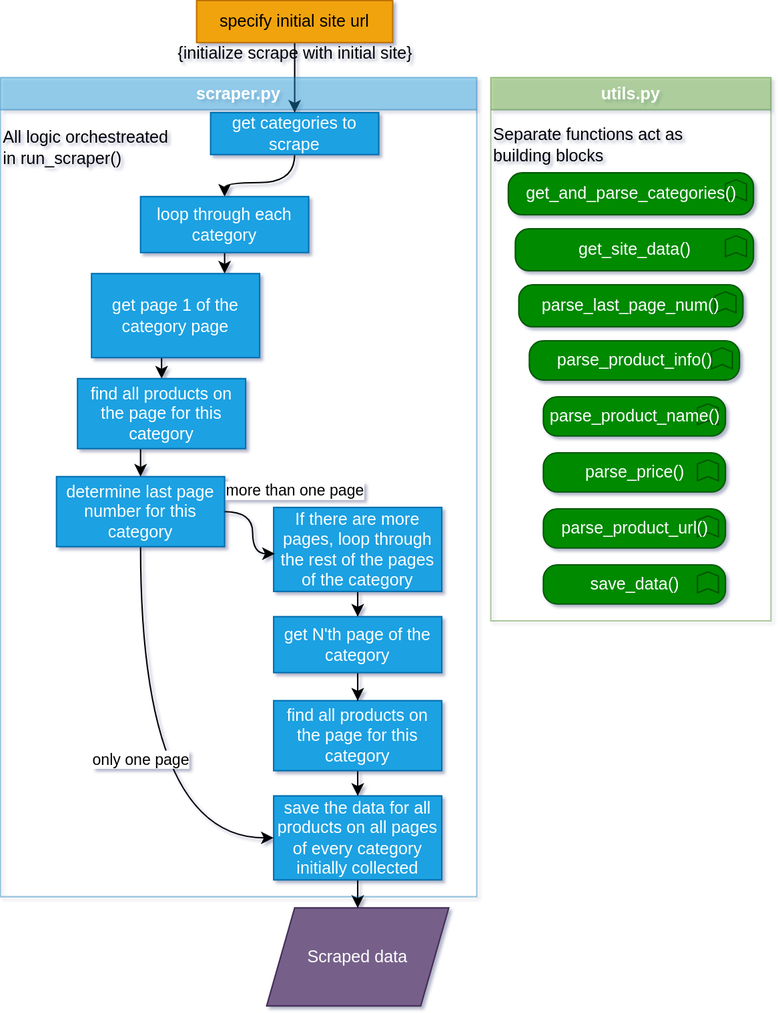
Earlier version of the draw.io export docs/images/mapping-the-process-RAPified.svg (ESCAP-SD/ESCAP_RAP_class). Source tidied: cells renumbered, new cells last; positions are measured from the earlier drawing's top-left corner, leaving out a move shared by most shapes.
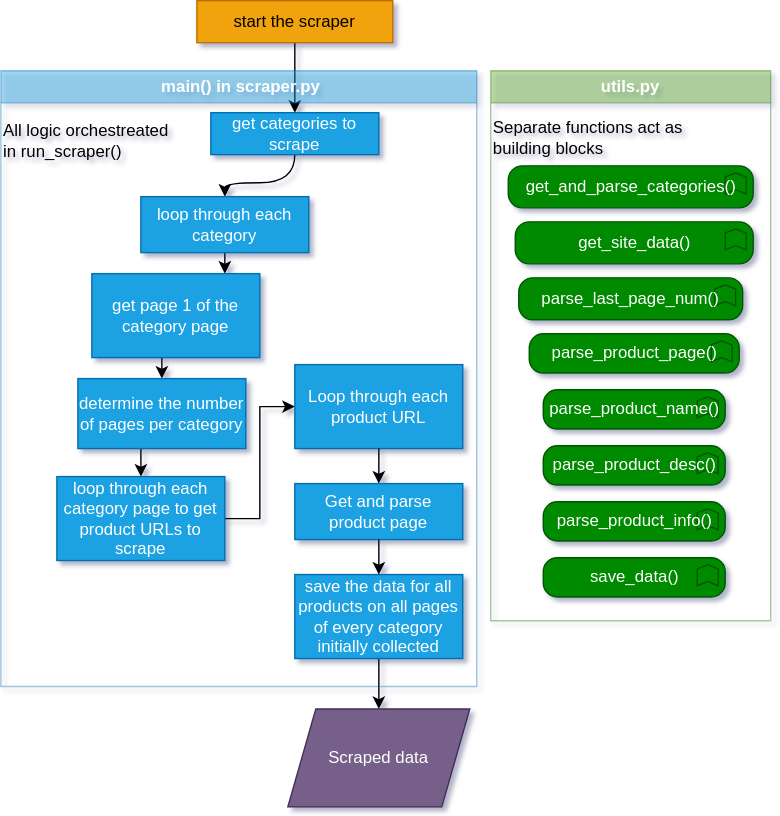
After the commit.

What changed in the source:
```diff
@@ -35,52 +35,24 @@
     <mxCell id="7" value="get page 1 of the category page" style="rounded=0;whiteSpace=wrap;html=1;fillColor=#1ba1e2;fontColor=#ffffff;strokeColor=#006EAF;" parent="1" vertex="1">
       <mxGeometry x="65" y="195" width="120" height="60" as="geometry" />
     </mxCell>
-    <mxCell id="8" style="edgeStyle=orthogonalEdgeStyle;rounded=0;jettySize=auto;html=1;entryX=0.5;entryY=0;entryDx=0;entryDy=0;" parent="1" edge="1" source="9" target="11">
-      <mxGeometry relative="1" as="geometry" />
-    </mxCell>
-    <mxCell id="9" value="find all products on the page for this category" style="rounded=0;whiteSpace=wrap;html=1;fillColor=#1ba1e2;fontColor=#ffffff;strokeColor=#006EAF;" parent="1" vertex="1">
-      <mxGeometry x="195" y="500" width="120" height="50" as="geometry" />
-    </mxCell>
     <mxCell id="10" style="edgeStyle=orthogonalEdgeStyle;rounded=0;jettySize=auto;html=1;" parent="1" edge="1" source="11" target="15">
       <mxGeometry relative="1" as="geometry" />
     </mxCell>
-    <mxCell id="11" value="save the data for all products on all pages of every category initially collected" style="rounded=0;whiteSpace=wrap;html=1;fillColor=#1ba1e2;fontColor=#ffffff;strokeColor=#006EAF;" parent="1" vertex="1">
-      <mxGeometry x="195" y="568" width="120" height="60" as="geometry" />
-    </mxCell>
     <mxCell id="12" style="edgeStyle=orthogonalEdgeStyle;rounded=0;jettySize=auto;html=1;entryX=0.5;entryY=0;entryDx=0;entryDy=0;curved=1;" parent="1" edge="1" source="13" target="3">
       <mxGeometry relative="1" as="geometry" />
     </mxCell>
-    <mxCell id="13" value="specify initial site url" style="html=1;align=center;verticalAlign=middle;rounded=0;absoluteArcSize=1;arcSize=10;dashed=0;whiteSpace=wrap;fillColor=#f0a30a;fontColor=#000000;strokeColor=#BD7000;" parent="1" vertex="1">
+    <mxCell id="13" value="start the scraper" style="html=1;align=center;verticalAlign=middle;rounded=0;absoluteArcSize=1;arcSize=10;dashed=0;whiteSpace=wrap;fillColor=#f0a30a;fontColor=#000000;strokeColor=#BD7000;" parent="1" vertex="1">
       <mxGeometry x="140" width="140" height="30" as="geometry" />
     </mxCell>
-    <mxCell id="14" value="{initialize scrape with initial site}" style="text;verticalAlign=middle;align=center;html=1;" parent="13" vertex="1">
-      <mxGeometry y="30" width="140" height="15" as="geometry" />
-    </mxCell>
     <mxCell id="15" value="Scraped data" style="shape=parallelogram;perimeter=parallelogramPerimeter;whiteSpace=wrap;html=1;fixedSize=1;fillColor=#76608a;fontColor=#ffffff;strokeColor=#432D57;" parent="1" vertex="1">
-      <mxGeometry x="190" y="648" width="130" height="70" as="geometry" />
+      <mxGeometry x="205" y="506" width="130" height="70" as="geometry" />
     </mxCell>
-    <mxCell id="16" value="only one page" style="edgeStyle=orthogonalEdgeStyle;rounded=0;jettySize=auto;html=1;curved=1;entryX=0;entryY=0.5;entryDx=0;entryDy=0;" parent="1" edge="1" source="17" target="11">
-      <mxGeometry relative="1" as="geometry">
-        <Array as="points">
-          <mxPoint x="100" y="598" />
-        </Array>
-      </mxGeometry>
-    </mxCell>
+    <mxCell id="24" style="edgeStyle=orthogonalEdgeStyle;rounded=0;jettySize=auto;html=1;entryX=0;entryY=0.5;entryDx=0;entryDy=0;" parent="1" edge="1" source="17" target="19">
+      <mxGeometry relative="1" as="geometry" />
+    </mxCell>
-    <mxCell id="17" value="determine last page number for this category" style="rounded=0;whiteSpace=wrap;html=1;fillColor=#1ba1e2;fontColor=#ffffff;strokeColor=#006EAF;" parent="1" vertex="1">
-      <mxGeometry x="40" y="340" width="120" height="50" as="geometry" />
+    <mxCell id="17" value="loop through each category page to get product URLs to scrape" style="rounded=0;whiteSpace=wrap;html=1;fillColor=#1ba1e2;fontColor=#ffffff;strokeColor=#006EAF;" parent="1" vertex="1">
+      <mxGeometry x="40" y="340" width="120" height="60" as="geometry" />
     </mxCell>
-    <mxCell id="18" style="edgeStyle=orthogonalEdgeStyle;rounded=0;jettySize=auto;html=1;entryX=0.5;entryY=0;entryDx=0;entryDy=0;" parent="1" edge="1" source="19" target="21">
-      <mxGeometry relative="1" as="geometry" />
-    </mxCell>
-    <mxCell id="19" value="If there are more pages, loop through the rest of the pages of the category" style="rounded=0;whiteSpace=wrap;html=1;fillColor=#1ba1e2;fontColor=#ffffff;strokeColor=#006EAF;" parent="1" vertex="1">
-      <mxGeometry x="195" y="362" width="120" height="60" as="geometry" />
-    </mxCell>
-    <mxCell id="20" style="edgeStyle=orthogonalEdgeStyle;rounded=0;jettySize=auto;html=1;entryX=0.5;entryY=0;entryDx=0;entryDy=0;" parent="1" edge="1" source="21" target="9">
-      <mxGeometry relative="1" as="geometry" />
-    </mxCell>
-    <mxCell id="21" value="get N'th page of the category" style="rounded=0;whiteSpace=wrap;html=1;fillColor=#1ba1e2;fontColor=#ffffff;strokeColor=#006EAF;" parent="1" vertex="1">
-      <mxGeometry x="195" y="440" width="120" height="40" as="geometry" />
-    </mxCell>
     <mxCell id="22" style="edgeStyle=orthogonalEdgeStyle;rounded=0;jettySize=auto;html=1;curved=1;" parent="1" edge="1" source="23" target="17">
       <mxGeometry relative="1" as="geometry">
         <Array as="points">
@@ -89,22 +61,32 @@
         </Array>
       </mxGeometry>
     </mxCell>
-    <mxCell id="23" value="find all products on the page for this category" style="rounded=0;whiteSpace=wrap;html=1;fillColor=#1ba1e2;fontColor=#ffffff;strokeColor=#006EAF;" parent="1" vertex="1">
+    <mxCell id="23" value="determine the number of pages per category" style="rounded=0;whiteSpace=wrap;html=1;fillColor=#1ba1e2;fontColor=#ffffff;strokeColor=#006EAF;" parent="1" vertex="1">
       <mxGeometry x="55" y="270" width="120" height="50" as="geometry" />
     </mxCell>
-    <mxCell id="24" value="more than one page" style="edgeStyle=orthogonalEdgeStyle;rounded=0;jettySize=auto;html=1;entryX=0.007;entryY=0.55;entryDx=0;entryDy=0;entryPerimeter=0;curved=1;" parent="1" edge="1" source="17" target="19">
-      <mxGeometry x="-0.39" y="34" relative="1" as="geometry">
-        <mxPoint x="-4" y="-15" as="offset" />
-      </mxGeometry>
-    </mxCell>
-    <mxCell id="25" value="scraper.py" style="swimlane;whiteSpace=wrap;html=1;fillColor=#1ba1e2;fontColor=#ffffff;strokeColor=#006EAF;opacity=40;" parent="1" vertex="1">
-      <mxGeometry y="55" width="340" height="585" as="geometry" />
+    <mxCell id="25" value="&amp;nbsp;main() in scraper.py" style="swimlane;whiteSpace=wrap;html=1;fillColor=#1ba1e2;fontColor=#ffffff;strokeColor=#006EAF;opacity=40;" parent="1" vertex="1">
+      <mxGeometry y="50" width="340" height="440" as="geometry" />
     </mxCell>
     <mxCell id="26" value="All logic orchestreated&amp;nbsp;&lt;div&gt;in run_scraper()&lt;/div&gt;" style="text;html=1;align=left;verticalAlign=middle;strokeColor=none;fillColor=none;" parent="25" vertex="1">
       <mxGeometry y="30" width="140" height="40" as="geometry" />
     </mxCell>
+    <mxCell id="11" value="save the data for all products on all pages of every category initially collected" style="rounded=0;whiteSpace=wrap;html=1;fillColor=#1ba1e2;fontColor=#ffffff;strokeColor=#006EAF;" parent="25" vertex="1">
+      <mxGeometry x="210" y="360" width="120" height="60" as="geometry" />
+    </mxCell>
+    <mxCell id="19" value="Loop through each product URL" style="rounded=0;whiteSpace=wrap;html=1;fillColor=#1ba1e2;fontColor=#ffffff;strokeColor=#006EAF;" parent="25" vertex="1">
+      <mxGeometry x="210" y="210" width="120" height="60" as="geometry" />
+    </mxCell>
+    <mxCell id="21" value="Get and parse product page" style="rounded=0;whiteSpace=wrap;html=1;fillColor=#1ba1e2;fontColor=#ffffff;strokeColor=#006EAF;" parent="25" vertex="1">
+      <mxGeometry x="210" y="295" width="120" height="40" as="geometry" />
+    </mxCell>
+    <mxCell id="18" style="edgeStyle=orthogonalEdgeStyle;rounded=0;jettySize=auto;html=1;entryX=0.5;entryY=0;entryDx=0;entryDy=0;" parent="25" edge="1" source="19" target="21">
+      <mxGeometry relative="1" as="geometry" />
+    </mxCell>
+    <mxCell id="8" style="edgeStyle=orthogonalEdgeStyle;rounded=0;jettySize=auto;html=1;entryX=0.5;entryY=0;entryDx=0;entryDy=0;" parent="25" edge="1" source="21" target="11">
+      <mxGeometry relative="1" as="geometry" />
+    </mxCell>
     <mxCell id="27" value="utils.py" style="swimlane;whiteSpace=wrap;html=1;fillColor=#60a917;fontColor=#ffffff;strokeColor=#2D7600;opacity=40;" parent="1" vertex="1">
-      <mxGeometry x="350" y="55" width="200" height="388" as="geometry" />
+      <mxGeometry x="350" y="50" width="200" height="393" as="geometry" />
     </mxCell>
     <mxCell id="28" value="&lt;div style=&quot;text-align: left;&quot;&gt;&lt;span style=&quot;background-color: initial;&quot;&gt;get_and_parse_categories()&lt;/span&gt;&lt;/div&gt;" style="html=1;whiteSpace=wrap;fillColor=#008a00;shape=mxgraph.archimate3.application;appType=func;archiType=rounded;fontColor=#ffffff;strokeColor=#005700;" parent="27" vertex="1">
       <mxGeometry x="12.5" y="68" width="175" height="30" as="geometry" />
@@ -115,16 +97,16 @@
     <mxCell id="30" value="&lt;div style=&quot;text-align: left;&quot;&gt;&lt;span style=&quot;background-color: initial;&quot;&gt;parse_last_page_num()&lt;/span&gt;&lt;/div&gt;" style="html=1;whiteSpace=wrap;fillColor=#008a00;shape=mxgraph.archimate3.application;appType=func;archiType=rounded;fontColor=#ffffff;strokeColor=#005700;" parent="27" vertex="1">
       <mxGeometry x="20" y="148" width="160" height="30" as="geometry" />
     </mxCell>
-    <mxCell id="31" value="&lt;div style=&quot;text-align: left;&quot;&gt;&lt;span style=&quot;background-color: initial;&quot;&gt;parse_product_info()&lt;/span&gt;&lt;/div&gt;" style="html=1;whiteSpace=wrap;fillColor=#008a00;shape=mxgraph.archimate3.application;appType=func;archiType=rounded;fontColor=#ffffff;strokeColor=#005700;" parent="27" vertex="1">
+    <mxCell id="31" value="&lt;div style=&quot;text-align: left;&quot;&gt;&lt;span style=&quot;background-color: initial;&quot;&gt;parse_product_page()&lt;/span&gt;&lt;/div&gt;" style="html=1;whiteSpace=wrap;fillColor=#008a00;shape=mxgraph.archimate3.application;appType=func;archiType=rounded;fontColor=#ffffff;strokeColor=#005700;" parent="27" vertex="1">
       <mxGeometry x="27.5" y="188" width="150" height="28" as="geometry" />
     </mxCell>
     <mxCell id="32" value="&lt;div style=&quot;text-align: left;&quot;&gt;&lt;span style=&quot;background-color: initial;&quot;&gt;parse_product_name()&lt;/span&gt;&lt;/div&gt;" style="html=1;whiteSpace=wrap;fillColor=#008a00;shape=mxgraph.archimate3.application;appType=func;archiType=rounded;fontColor=#ffffff;strokeColor=#005700;" parent="27" vertex="1">
       <mxGeometry x="37.5" y="228" width="130" height="28" as="geometry" />
     </mxCell>
-    <mxCell id="33" value="&lt;div style=&quot;text-align: left;&quot;&gt;&lt;span style=&quot;background-color: initial;&quot;&gt;parse_price()&lt;/span&gt;&lt;/div&gt;" style="html=1;whiteSpace=wrap;fillColor=#008a00;shape=mxgraph.archimate3.application;appType=func;archiType=rounded;fontColor=#ffffff;strokeColor=#005700;" parent="27" vertex="1">
+    <mxCell id="33" value="&lt;div style=&quot;text-align: left;&quot;&gt;&lt;span style=&quot;background-color: initial;&quot;&gt;parse_product_desc()&lt;/span&gt;&lt;/div&gt;" style="html=1;whiteSpace=wrap;fillColor=#008a00;shape=mxgraph.archimate3.application;appType=func;archiType=rounded;fontColor=#ffffff;strokeColor=#005700;" parent="27" vertex="1">
       <mxGeometry x="37.5" y="268" width="130" height="28" as="geometry" />
     </mxCell>
-    <mxCell id="34" value="&lt;div style=&quot;text-align: left;&quot;&gt;&lt;span style=&quot;background-color: initial;&quot;&gt;parse_product_url()&lt;/span&gt;&lt;/div&gt;" style="html=1;whiteSpace=wrap;fillColor=#008a00;shape=mxgraph.archimate3.application;appType=func;archiType=rounded;fontColor=#ffffff;strokeColor=#005700;" parent="27" vertex="1">
+    <mxCell id="34" value="&lt;div style=&quot;text-align: left;&quot;&gt;&lt;span style=&quot;background-color: initial;&quot;&gt;parse_product_info()&lt;/span&gt;&lt;/div&gt;" style="html=1;whiteSpace=wrap;fillColor=#008a00;shape=mxgraph.archimate3.application;appType=func;archiType=rounded;fontColor=#ffffff;strokeColor=#005700;" parent="27" vertex="1">
       <mxGeometry x="37.5" y="308" width="130" height="28" as="geometry" />
     </mxCell>
     <mxCell id="35" value="&lt;div style=&quot;text-align: left;&quot;&gt;&lt;span style=&quot;background-color: initial;&quot;&gt;save_data()&lt;/span&gt;&lt;/div&gt;" style="html=1;whiteSpace=wrap;fillColor=#008a00;shape=mxgraph.archimate3.application;appType=func;archiType=rounded;fontColor=#ffffff;strokeColor=#005700;" parent="27" vertex="1">
```
